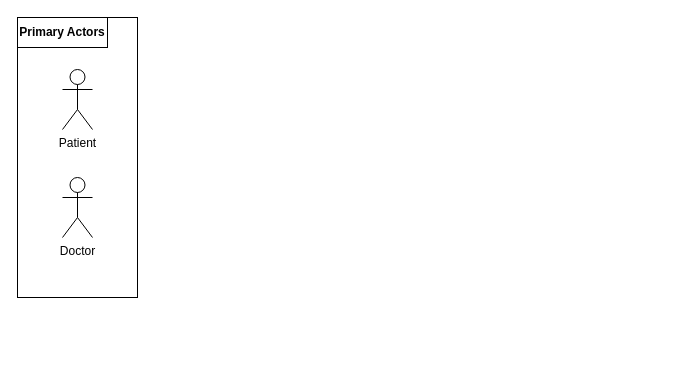
The draw.io diagram UC_03.drawio in SENG-350-2024-fall/Team-6, before the edit. Source tidied: cells renumbered, new cells numbered last; positions are measured from the earlier drawing's top-left corner, leaving out a move shared by most shapes. Both pictures are drawn from the tidied source at 100%, with x=0, y=0 at pixel (17, 17).
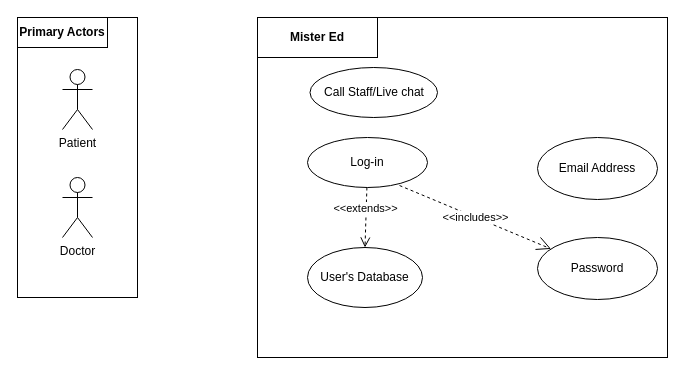
The same page after the edit.

Diff of the diagram source:
```diff
@@
 <mxGraphModel>
   <root>
     <mxCell id="0" />
     <mxCell id="1" parent="0" />
     <mxCell id="2" style="rounded=0;whiteSpace=wrap;html=1;" parent="1" vertex="1">
       <mxGeometry width="120" height="280" as="geometry" />
     </mxCell>
     <mxCell id="3" value="Patient" style="shape=umlActor;verticalLabelPosition=bottom;verticalAlign=top;html=1;" parent="1" vertex="1">
       <mxGeometry x="45" y="52" width="30" height="60" as="geometry" />
     </mxCell>
     <mxCell id="4" value="&lt;b&gt;Primary Actors&lt;/b&gt;" style="rounded=0;whiteSpace=wrap;html=1;" parent="1" vertex="1">
       <mxGeometry width="90" height="30" as="geometry" />
     </mxCell>
     <mxCell id="5" value="Doctor" style="shape=umlActor;verticalLabelPosition=bottom;verticalAlign=top;html=1;" parent="1" vertex="1">
       <mxGeometry x="45" y="160" width="30" height="60" as="geometry" />
     </mxCell>
+    <mxCell id="6" style="rounded=0;whiteSpace=wrap;html=1;" parent="1" vertex="1">
+      <mxGeometry x="240" width="410" height="340" as="geometry" />
+    </mxCell>
+    <mxCell id="7" value="&lt;b&gt; Mister Ed&lt;/b&gt;" style="rounded=0;whiteSpace=wrap;html=1;" parent="1" vertex="1">
+      <mxGeometry x="240" width="120" height="40" as="geometry" />
+    </mxCell>
+    <mxCell id="8" value="Log-in" style="ellipse;whiteSpace=wrap;html=1;" parent="1" vertex="1">
+      <mxGeometry x="290" y="120" width="120" height="50" as="geometry" />
+    </mxCell>
+    <mxCell id="9" value="User's Database" style="ellipse;whiteSpace=wrap;html=1;" parent="1" vertex="1">
+      <mxGeometry x="290" y="230" width="115" height="60" as="geometry" />
+    </mxCell>
+    <mxCell id="10" value="&amp;lt;&amp;lt;extends&amp;gt;&amp;gt;" style="html=1;verticalAlign=bottom;endArrow=open;dashed=1;endSize=8;curved=0;rounded=0;entryX=0.5;entryY=0;entryDx=0;entryDy=0;" parent="1" edge="1" source="8" target="9">
+      <mxGeometry relative="1" as="geometry" />
+    </mxCell>
+    <mxCell id="11" value="Email Address" style="ellipse;whiteSpace=wrap;html=1;" parent="1" vertex="1">
+      <mxGeometry x="520" y="120" width="120" height="62" as="geometry" />
+    </mxCell>
+    <mxCell id="12" value="Password" style="ellipse;whiteSpace=wrap;html=1;" parent="1" vertex="1">
+      <mxGeometry x="520" y="220" width="120" height="62" as="geometry" />
+    </mxCell>
+    <mxCell id="13" value="&amp;lt;&amp;lt;includes&amp;gt;&amp;gt;" style="endArrow=open;endSize=12;dashed=1;html=1;rounded=0;exitX=0.767;exitY=0.96;exitDx=0;exitDy=0;exitPerimeter=0;" parent="1" edge="1" source="8" target="12">
+      <mxGeometry relative="1" as="geometry" />
+    </mxCell>
+    <mxCell id="14" value="Call Staff/Live chat" style="ellipse;whiteSpace=wrap;html=1;" parent="1" vertex="1">
+      <mxGeometry x="292.5" y="50" width="127.5" height="50" as="geometry" />
+    </mxCell>
   </root>
 </mxGraphModel>
```
